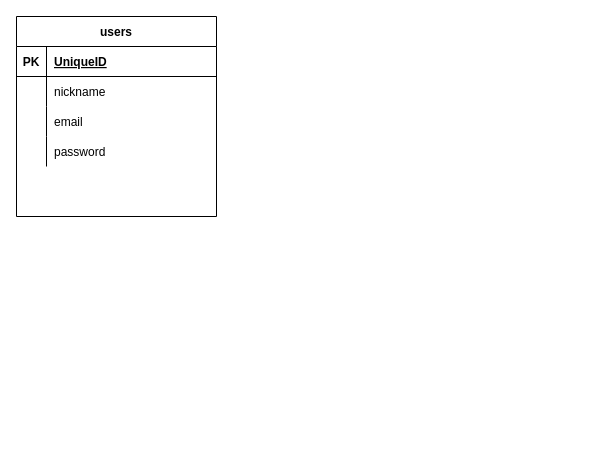
Above: sharetraining.dio in matsu006007/share_training_app (draw.io), before the change. Source tidied: cells renumbered, new cells numbered last; positions are measured from the earlier drawing's top-left corner, leaving out a move shared by most shapes. Both pictures are drawn from the tidied source at 100%, with x=0, y=0 at pixel (16, 16).
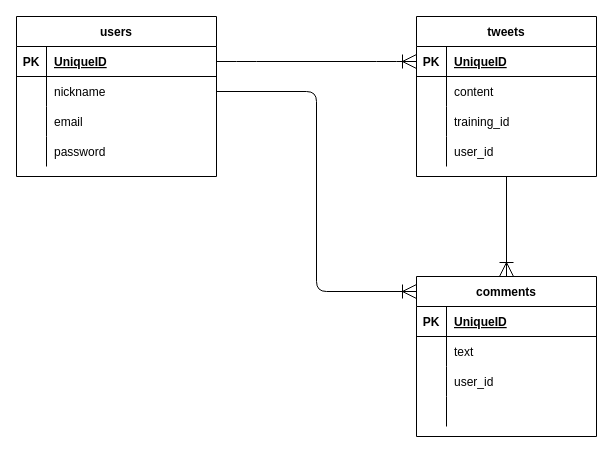
The same diagram, later.

Unchanged cells that the change refers to:
```xml
<mxCell id="3" style="shape=partialRectangle;fillColor=none;top=0;left=0;bottom=1;right=0;points=[[0,0.5],[1,0.5]];portConstraint=eastwest;" parent="2" vertex="1">
  <mxGeometry y="30" width="200" height="30" as="geometry" />
</mxCell>
<mxCell id="6" style="shape=partialRectangle;fillColor=none;top=0;left=0;bottom=0;right=0;points=[[0,0.5],[1,0.5]];portConstraint=eastwest;" parent="2" vertex="1">
  <mxGeometry y="60" width="200" height="30" as="geometry" />
</mxCell>
```

What changed in the source:
```diff
@@
     <mxCell id="2" value="users" style="shape=table;startSize=30;childLayout=tableLayout;rowLines=0;fontStyle=1;align=center;" parent="1" vertex="1">
-      <mxGeometry width="200" height="200" as="geometry" />
+      <mxGeometry width="200" height="160" as="geometry" />
     </mxCell>
@@
+    <mxCell id="15" value="tweets" style="shape=table;startSize=30;childLayout=tableLayout;rowLines=0;fontStyle=1;align=center;" parent="1" vertex="1">
+      <mxGeometry x="400" width="180" height="160" as="geometry" />
+    </mxCell>
+    <mxCell id="16" style="shape=partialRectangle;fillColor=none;top=0;left=0;bottom=1;right=0;points=[[0,0.5],[1,0.5]];portConstraint=eastwest;" parent="15" vertex="1">
+      <mxGeometry y="30" width="180" height="30" as="geometry" />
+    </mxCell>
+    <mxCell id="17" value="PK" style="shape=partialRectangle;fillColor=none;top=0;left=0;bottom=0;right=0;fontStyle=1;overflow=hidden;" parent="16" vertex="1">
+      <mxGeometry width="30" height="30" as="geometry" />
+    </mxCell>
+    <mxCell id="18" value="UniqueID" style="shape=partialRectangle;fillColor=none;top=0;left=0;bottom=0;right=0;align=left;spacingLeft=6;fontStyle=5;overflow=hidden;" parent="16" vertex="1">
+      <mxGeometry x="30" width="150" height="30" as="geometry" />
+    </mxCell>
+    <mxCell id="19" style="shape=partialRectangle;fillColor=none;top=0;left=0;bottom=0;right=0;" parent="15" vertex="1">
+      <mxGeometry y="60" width="180" height="30" as="geometry" />
+    </mxCell>
+    <mxCell id="20" style="shape=partialRectangle;fillColor=none;top=0;left=0;bottom=0;right=0;overflow=hidden;" parent="19" vertex="1">
+      <mxGeometry width="30" height="30" as="geometry" />
+    </mxCell>
+    <mxCell id="21" value="content" style="shape=partialRectangle;fillColor=none;top=0;left=0;bottom=0;right=0;align=left;spacingLeft=6;overflow=hidden;" parent="19" vertex="1">
+      <mxGeometry x="30" width="150" height="30" as="geometry" />
+    </mxCell>
+    <mxCell id="22" style="shape=partialRectangle;fillColor=none;top=0;left=0;bottom=0;right=0;" parent="15" vertex="1">
+      <mxGeometry y="90" width="180" height="30" as="geometry" />
+    </mxCell>
+    <mxCell id="23" style="shape=partialRectangle;fillColor=none;top=0;left=0;bottom=0;right=0;overflow=hidden;" parent="22" vertex="1">
+      <mxGeometry width="30" height="30" as="geometry" />
+    </mxCell>
+    <mxCell id="24" value="training_id" style="shape=partialRectangle;fillColor=none;top=0;left=0;bottom=0;right=0;align=left;spacingLeft=6;overflow=hidden;" parent="22" vertex="1">
+      <mxGeometry x="30" width="150" height="30" as="geometry" />
+    </mxCell>
+    <mxCell id="25" style="shape=partialRectangle;fillColor=none;top=0;left=0;bottom=0;right=0;" parent="15" vertex="1">
+      <mxGeometry y="120" width="180" height="30" as="geometry" />
+    </mxCell>
+    <mxCell id="26" style="shape=partialRectangle;fillColor=none;top=0;left=0;bottom=0;right=0;overflow=hidden;" parent="25" vertex="1">
+      <mxGeometry width="30" height="30" as="geometry" />
+    </mxCell>
+    <mxCell id="27" value="user_id" style="shape=partialRectangle;fillColor=none;top=0;left=0;bottom=0;right=0;align=left;spacingLeft=6;overflow=hidden;" parent="25" vertex="1">
+      <mxGeometry x="30" width="150" height="30" as="geometry" />
+    </mxCell>
+    <mxCell id="28" value="comments" style="shape=table;startSize=30;childLayout=tableLayout;rowLines=0;fontStyle=1;align=center;" parent="1" vertex="1">
+      <mxGeometry x="400" y="260" width="180" height="160" as="geometry" />
+    </mxCell>
+    <mxCell id="29" style="shape=partialRectangle;fillColor=none;top=0;left=0;bottom=1;right=0;" parent="28" vertex="1">
+      <mxGeometry y="30" width="180" height="30" as="geometry" />
+    </mxCell>
+    <mxCell id="30" value="PK" style="shape=partialRectangle;fillColor=none;top=0;left=0;bottom=0;right=0;fontStyle=1;overflow=hidden;" parent="29" vertex="1">
+      <mxGeometry width="30" height="30" as="geometry" />
+    </mxCell>
+    <mxCell id="31" value="UniqueID" style="shape=partialRectangle;fillColor=none;top=0;left=0;bottom=0;right=0;align=left;spacingLeft=6;fontStyle=5;overflow=hidden;" parent="29" vertex="1">
+      <mxGeometry x="30" width="150" height="30" as="geometry" />
+    </mxCell>
+    <mxCell id="32" style="shape=partialRectangle;fillColor=none;top=0;left=0;bottom=0;right=0;" parent="28" vertex="1">
+      <mxGeometry y="60" width="180" height="30" as="geometry" />
+    </mxCell>
+    <mxCell id="33" style="shape=partialRectangle;fillColor=none;top=0;left=0;bottom=0;right=0;overflow=hidden;" parent="32" vertex="1">
+      <mxGeometry width="30" height="30" as="geometry" />
+    </mxCell>
+    <mxCell id="34" value="text" style="shape=partialRectangle;fillColor=none;top=0;left=0;bottom=0;right=0;align=left;spacingLeft=6;overflow=hidden;" parent="32" vertex="1">
+      <mxGeometry x="30" width="150" height="30" as="geometry" />
+    </mxCell>
+    <mxCell id="35" style="shape=partialRectangle;fillColor=none;top=0;left=0;bottom=0;right=0;" parent="28" vertex="1">
+      <mxGeometry y="90" width="180" height="30" as="geometry" />
+    </mxCell>
+    <mxCell id="36" style="shape=partialRectangle;fillColor=none;top=0;left=0;bottom=0;right=0;overflow=hidden;" parent="35" vertex="1">
+      <mxGeometry width="30" height="30" as="geometry" />
+    </mxCell>
+    <mxCell id="37" value="user_id" style="shape=partialRectangle;fillColor=none;top=0;left=0;bottom=0;right=0;align=left;spacingLeft=6;overflow=hidden;" parent="35" vertex="1">
+      <mxGeometry x="30" width="150" height="30" as="geometry" />
+    </mxCell>
+    <mxCell id="38" style="shape=partialRectangle;fillColor=none;top=0;left=0;bottom=0;right=0;" parent="28" vertex="1">
+      <mxGeometry y="120" width="180" height="30" as="geometry" />
+    </mxCell>
+    <mxCell id="39" style="shape=partialRectangle;fillColor=none;top=0;left=0;bottom=0;right=0;overflow=hidden;" parent="38" vertex="1">
+      <mxGeometry width="30" height="30" as="geometry" />
+    </mxCell>
+    <mxCell id="40" style="shape=partialRectangle;fillColor=none;top=0;left=0;bottom=0;right=0;align=left;spacingLeft=6;overflow=hidden;" parent="38" vertex="1">
+      <mxGeometry x="30" width="150" height="30" as="geometry" />
+    </mxCell>
+    <mxCell id="41" style="edgeStyle=entityRelationEdgeStyle;fontSize=12;html=1;endArrow=ERoneToMany;exitX=1;exitY=0.5;exitDx=0;exitDy=0;entryX=0;entryY=0.5;entryDx=0;entryDy=0;endSize=12;" parent="1" edge="1" source="3" target="16">
+      <mxGeometry relative="1" as="geometry" />
+    </mxCell>
+    <mxCell id="42" style="edgeStyle=orthogonalEdgeStyle;fontSize=12;html=1;endArrow=ERoneToMany;exitX=1;exitY=0.5;exitDx=0;exitDy=0;endSize=12;" parent="1" edge="1" source="6">
+      <mxGeometry relative="1" as="geometry">
+        <mxPoint x="400" y="275" as="targetPoint" />
+        <Array as="points">
+          <mxPoint x="300" y="75" />
+          <mxPoint x="300" y="275" />
+        </Array>
+      </mxGeometry>
+    </mxCell>
+    <mxCell id="43" style="fontSize=12;html=1;endArrow=ERoneToMany;exitX=0.5;exitY=1;exitDx=0;exitDy=0;entryX=0.5;entryY=0;entryDx=0;entryDy=0;endSize=12;" parent="1" edge="1" source="15" target="28">
+      <mxGeometry relative="1" as="geometry" />
+    </mxCell>
```
